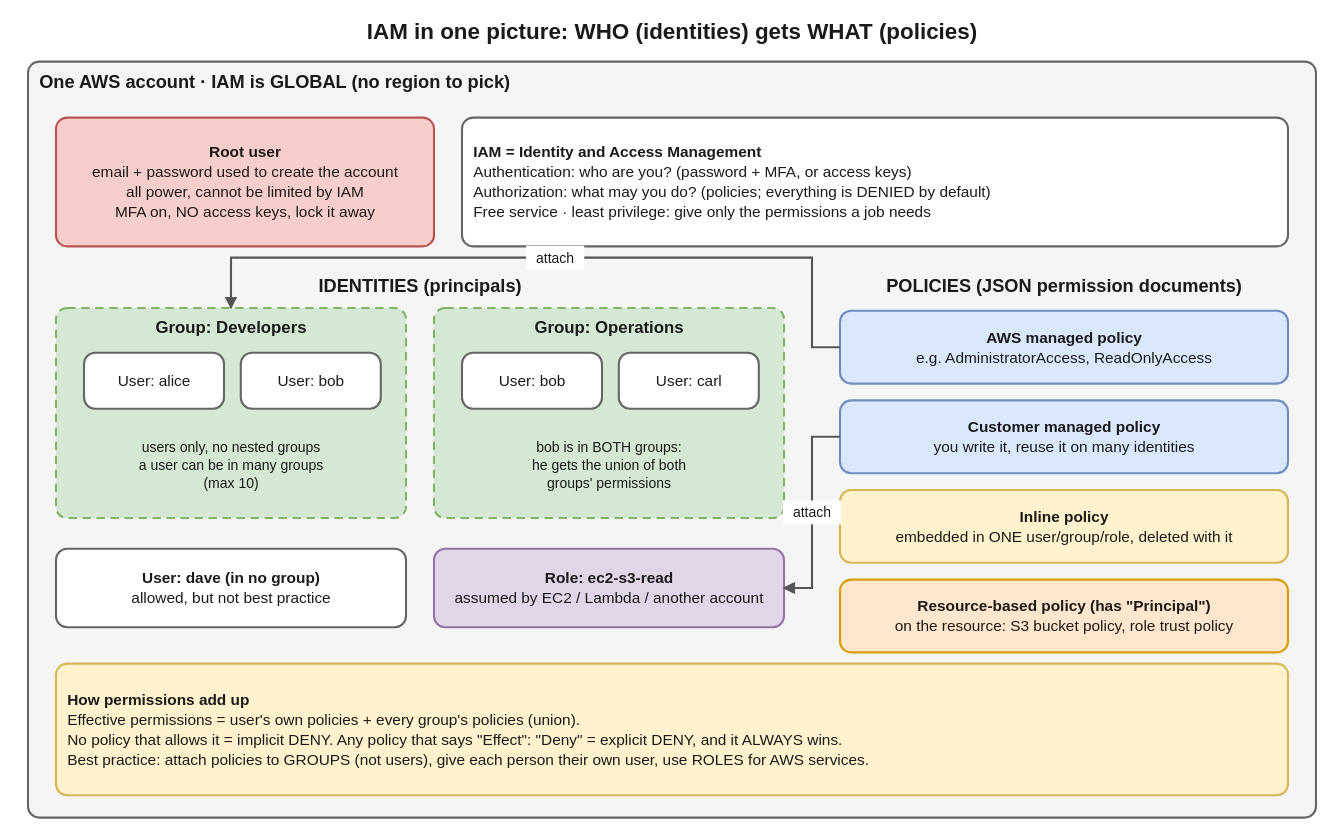
Before: interview-prep/aws/diagrams/iam-01-big-picture.drawio.svg, a diagram exported from draw.io (suraj9741/interview). Source tidied: cells renumbered, new cells last; positions are measured from the earlier drawing's top-left corner, leaving out a move shared by most shapes.
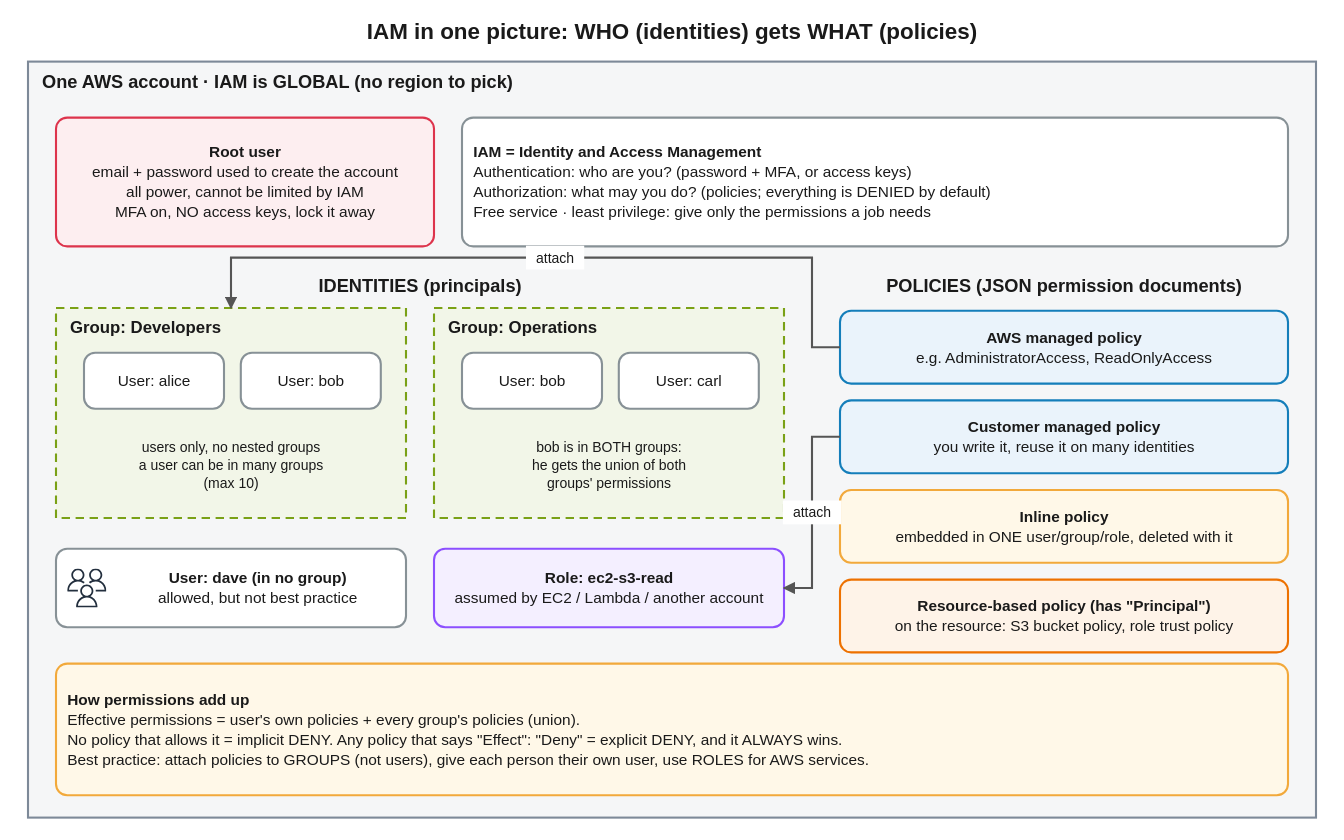
Above is the later version.

The edit, as a diff of the source:
```diff
@@ -5,64 +5,67 @@
     <mxCell id="2" value="IAM in one picture: WHO (identities) gets WHAT (policies)" style="text;strokeColor=none;fillColor=none;whiteSpace=wrap;html=1;fontSize=16;fontColor=#1a1a1a;fontFamily=Helvetica;align=center;verticalAlign=middle;fontStyle=1;" parent="1" vertex="1">
       <mxGeometry width="960" height="28" as="geometry" />
     </mxCell>
-    <mxCell id="3" value="One AWS account · IAM is GLOBAL (no region to pick)" style="rounded=1;absoluteArcSize=1;arcSize=16;fillColor=#f5f5f5;strokeColor=#666666;strokeWidth=1.5;whiteSpace=wrap;html=1;fontSize=13;fontColor=#1a1a1a;fontFamily=Helvetica;align=left;verticalAlign=top;fontStyle=1;spacingLeft=6;spacingTop=2;spacingBottom=2;" parent="1" vertex="1">
+    <mxCell id="3" value="One AWS account · IAM is GLOBAL (no region to pick)" style="rounded=0;fillColor=#F5F6F7;strokeColor=#7D8998;strokeWidth=1.5;whiteSpace=wrap;html=1;fontSize=13;fontColor=#1a1a1a;fontFamily=Helvetica;align=left;verticalAlign=top;fontStyle=1;spacingLeft=8;spacingTop=2;spacingBottom=2;" parent="1" vertex="1">
       <mxGeometry x="20" y="36" width="920" height="540" as="geometry" />
     </mxCell>
-    <mxCell id="4" value="&lt;b&gt;Root user&lt;/b&gt;&lt;br&gt;email + password used to create the account&lt;br&gt;all power, cannot be limited by IAM&lt;br&gt;MFA on, NO access keys, lock it away" style="rounded=1;absoluteArcSize=1;arcSize=16;fillColor=#f8cecc;strokeColor=#b85450;strokeWidth=1.5;whiteSpace=wrap;html=1;fontSize=11;fontColor=#1a1a1a;fontFamily=Helvetica;align=center;verticalAlign=middle;" parent="1" vertex="1">
+    <mxCell id="4" value="&lt;b&gt;Root user&lt;/b&gt;&lt;br&gt;email + password used to create the account&lt;br&gt;all power, cannot be limited by IAM&lt;br&gt;MFA on, NO access keys, lock it away" style="rounded=1;absoluteArcSize=1;arcSize=16;fillColor=#FDEEF0;strokeColor=#DD344C;strokeWidth=1.5;whiteSpace=wrap;html=1;fontSize=11;fontColor=#1a1a1a;fontFamily=Helvetica;align=center;verticalAlign=middle;" parent="1" vertex="1">
       <mxGeometry x="40" y="76" width="270" height="92" as="geometry" />
     </mxCell>
-    <mxCell id="5" value="&lt;b&gt;IAM = Identity and Access Management&lt;/b&gt;&lt;br&gt;Authentication: who are you? (password + MFA, or access keys)&lt;br&gt;Authorization: what may you do? (policies; everything is DENIED by default)&lt;br&gt;Free service · least privilege: give only the permissions a job needs" style="rounded=1;absoluteArcSize=1;arcSize=16;fillColor=#ffffff;strokeColor=#666666;strokeWidth=1.5;whiteSpace=wrap;html=1;fontSize=11;fontColor=#1a1a1a;fontFamily=Helvetica;align=left;verticalAlign=middle;spacingLeft=6;" parent="1" vertex="1">
+    <mxCell id="5" value="&lt;b&gt;IAM = Identity and Access Management&lt;/b&gt;&lt;br&gt;Authentication: who are you? (password + MFA, or access keys)&lt;br&gt;Authorization: what may you do? (policies; everything is DENIED by default)&lt;br&gt;Free service · least privilege: give only the permissions a job needs" style="rounded=1;absoluteArcSize=1;arcSize=16;fillColor=#FFFFFF;strokeColor=#879196;strokeWidth=1.5;whiteSpace=wrap;html=1;fontSize=11;fontColor=#1a1a1a;fontFamily=Helvetica;align=left;verticalAlign=middle;spacingLeft=6;" parent="1" vertex="1">
       <mxGeometry x="330" y="76" width="590" height="92" as="geometry" />
     </mxCell>
     <mxCell id="6" value="IDENTITIES (principals)" style="text;strokeColor=none;fillColor=none;whiteSpace=wrap;html=1;fontSize=13;fontColor=#1a1a1a;fontFamily=Helvetica;align=center;verticalAlign=middle;fontStyle=1;" parent="1" vertex="1">
       <mxGeometry x="40" y="184" width="520" height="24" as="geometry" />
     </mxCell>
-    <mxCell id="7" value="Group: Developers" style="rounded=1;absoluteArcSize=1;arcSize=16;fillColor=#d5e8d4;strokeColor=#82b366;strokeWidth=1.5;whiteSpace=wrap;html=1;fontSize=12;fontColor=#1a1a1a;fontFamily=Helvetica;align=center;verticalAlign=top;dashed=1;dashPattern=6 4;fontStyle=1;spacingTop=2;spacingBottom=2;" parent="1" vertex="1">
+    <mxCell id="7" value="Group: Developers" style="rounded=0;fillColor=#F2F6E8;strokeColor=#7AA116;strokeWidth=1.5;whiteSpace=wrap;html=1;fontSize=12;fontColor=#1a1a1a;fontFamily=Helvetica;align=left;verticalAlign=top;dashed=1;dashPattern=6 4;fontStyle=1;spacingLeft=8;spacingTop=2;spacingBottom=2;" parent="1" vertex="1">
       <mxGeometry x="40" y="212" width="250" height="150" as="geometry" />
     </mxCell>
-    <mxCell id="8" value="User: alice" style="rounded=1;absoluteArcSize=1;arcSize=16;fillColor=#ffffff;strokeColor=#666666;strokeWidth=1.5;whiteSpace=wrap;html=1;fontSize=11;fontColor=#1a1a1a;fontFamily=Helvetica;align=center;verticalAlign=middle;" parent="1" vertex="1">
+    <mxCell id="8" value="User: alice" style="rounded=1;absoluteArcSize=1;arcSize=16;fillColor=#FFFFFF;strokeColor=#879196;strokeWidth=1.5;whiteSpace=wrap;html=1;fontSize=11;fontColor=#1a1a1a;fontFamily=Helvetica;align=center;verticalAlign=middle;" parent="1" vertex="1">
       <mxGeometry x="60" y="244" width="100" height="40" as="geometry" />
     </mxCell>
-    <mxCell id="9" value="User: bob" style="rounded=1;absoluteArcSize=1;arcSize=16;fillColor=#ffffff;strokeColor=#666666;strokeWidth=1.5;whiteSpace=wrap;html=1;fontSize=11;fontColor=#1a1a1a;fontFamily=Helvetica;align=center;verticalAlign=middle;" parent="1" vertex="1">
+    <mxCell id="9" value="User: bob" style="rounded=1;absoluteArcSize=1;arcSize=16;fillColor=#FFFFFF;strokeColor=#879196;strokeWidth=1.5;whiteSpace=wrap;html=1;fontSize=11;fontColor=#1a1a1a;fontFamily=Helvetica;align=center;verticalAlign=middle;" parent="1" vertex="1">
       <mxGeometry x="172" y="244" width="100" height="40" as="geometry" />
     </mxCell>
     <mxCell id="10" value="users only, no nested groups&lt;br&gt;a user can be in many groups&lt;br&gt;(max 10)" style="text;strokeColor=none;fillColor=none;whiteSpace=wrap;html=1;fontSize=10;fontColor=#1a1a1a;fontFamily=Helvetica;align=center;verticalAlign=middle;" parent="1" vertex="1">
       <mxGeometry x="50" y="292" width="230" height="64" as="geometry" />
     </mxCell>
-    <mxCell id="11" value="Group: Operations" style="rounded=1;absoluteArcSize=1;arcSize=16;fillColor=#d5e8d4;strokeColor=#82b366;strokeWidth=1.5;whiteSpace=wrap;html=1;fontSize=12;fontColor=#1a1a1a;fontFamily=Helvetica;align=center;verticalAlign=top;dashed=1;dashPattern=6 4;fontStyle=1;spacingTop=2;spacingBottom=2;" parent="1" vertex="1">
+    <mxCell id="11" value="Group: Operations" style="rounded=0;fillColor=#F2F6E8;strokeColor=#7AA116;strokeWidth=1.5;whiteSpace=wrap;html=1;fontSize=12;fontColor=#1a1a1a;fontFamily=Helvetica;align=left;verticalAlign=top;dashed=1;dashPattern=6 4;fontStyle=1;spacingLeft=8;spacingTop=2;spacingBottom=2;" parent="1" vertex="1">
       <mxGeometry x="310" y="212" width="250" height="150" as="geometry" />
     </mxCell>
-    <mxCell id="12" value="User: bob" style="rounded=1;absoluteArcSize=1;arcSize=16;fillColor=#ffffff;strokeColor=#666666;strokeWidth=1.5;whiteSpace=wrap;html=1;fontSize=11;fontColor=#1a1a1a;fontFamily=Helvetica;align=center;verticalAlign=middle;" parent="1" vertex="1">
+    <mxCell id="12" value="User: bob" style="rounded=1;absoluteArcSize=1;arcSize=16;fillColor=#FFFFFF;strokeColor=#879196;strokeWidth=1.5;whiteSpace=wrap;html=1;fontSize=11;fontColor=#1a1a1a;fontFamily=Helvetica;align=center;verticalAlign=middle;" parent="1" vertex="1">
       <mxGeometry x="330" y="244" width="100" height="40" as="geometry" />
     </mxCell>
-    <mxCell id="13" value="User: carl" style="rounded=1;absoluteArcSize=1;arcSize=16;fillColor=#ffffff;strokeColor=#666666;strokeWidth=1.5;whiteSpace=wrap;html=1;fontSize=11;fontColor=#1a1a1a;fontFamily=Helvetica;align=center;verticalAlign=middle;" parent="1" vertex="1">
+    <mxCell id="13" value="User: carl" style="rounded=1;absoluteArcSize=1;arcSize=16;fillColor=#FFFFFF;strokeColor=#879196;strokeWidth=1.5;whiteSpace=wrap;html=1;fontSize=11;fontColor=#1a1a1a;fontFamily=Helvetica;align=center;verticalAlign=middle;" parent="1" vertex="1">
       <mxGeometry x="442" y="244" width="100" height="40" as="geometry" />
     </mxCell>
     <mxCell id="14" value="bob is in BOTH groups:&lt;br&gt;he gets the union of both&lt;br&gt;groups' permissions" style="text;strokeColor=none;fillColor=none;whiteSpace=wrap;html=1;fontSize=10;fontColor=#1a1a1a;fontFamily=Helvetica;align=center;verticalAlign=middle;" parent="1" vertex="1">
       <mxGeometry x="320" y="292" width="230" height="64" as="geometry" />
     </mxCell>
-    <mxCell id="15" value="&lt;b&gt;User: dave (in no group)&lt;/b&gt;&lt;br&gt;allowed, but not best practice" style="rounded=1;absoluteArcSize=1;arcSize=16;fillColor=#ffffff;strokeColor=#666666;strokeWidth=1.5;whiteSpace=wrap;html=1;fontSize=11;fontColor=#1a1a1a;fontFamily=Helvetica;align=center;verticalAlign=middle;" parent="1" vertex="1">
+    <mxCell id="15" value="&lt;b&gt;User: dave (in no group)&lt;/b&gt;&lt;br&gt;allowed, but not best practice" style="rounded=1;absoluteArcSize=1;arcSize=16;fillColor=#FFFFFF;strokeColor=#879196;strokeWidth=1.5;whiteSpace=wrap;html=1;fontSize=11;fontColor=#1a1a1a;fontFamily=Helvetica;align=center;verticalAlign=middle;spacingLeft=38;" parent="1" vertex="1">
       <mxGeometry x="40" y="384" width="250" height="56" as="geometry" />
     </mxCell>
+    <mxCell id="25" style="sketch=0;fontColor=#232F3E;gradientColor=none;dashed=0;verticalLabelPosition=bottom;verticalAlign=top;align=center;html=1;fontSize=12;fontStyle=0;fillColor=#232F3E;strokeColor=none;shape=mxgraph.aws4.users;" parent="1" vertex="1">
+      <mxGeometry x="48" y="398" width="28" height="28" as="geometry" />
+    </mxCell>
-    <mxCell id="16" value="&lt;b&gt;Role: ec2-s3-read&lt;/b&gt;&lt;br&gt;assumed by EC2 / Lambda / another account" style="rounded=1;absoluteArcSize=1;arcSize=16;fillColor=#e1d5e7;strokeColor=#9673a6;strokeWidth=1.5;whiteSpace=wrap;html=1;fontSize=11;fontColor=#1a1a1a;fontFamily=Helvetica;align=center;verticalAlign=middle;" parent="1" vertex="1">
+    <mxCell id="16" value="&lt;b&gt;Role: ec2-s3-read&lt;/b&gt;&lt;br&gt;assumed by EC2 / Lambda / another account" style="rounded=1;absoluteArcSize=1;arcSize=16;fillColor=#F4EFFF;strokeColor=#8C4FFF;strokeWidth=1.5;whiteSpace=wrap;html=1;fontSize=11;fontColor=#1a1a1a;fontFamily=Helvetica;align=center;verticalAlign=middle;" parent="1" vertex="1">
       <mxGeometry x="310" y="384" width="250" height="56" as="geometry" />
     </mxCell>
     <mxCell id="17" value="POLICIES (JSON permission documents)" style="text;strokeColor=none;fillColor=none;whiteSpace=wrap;html=1;fontSize=13;fontColor=#1a1a1a;fontFamily=Helvetica;align=center;verticalAlign=middle;fontStyle=1;" parent="1" vertex="1">
       <mxGeometry x="600" y="184" width="320" height="24" as="geometry" />
     </mxCell>
-    <mxCell id="18" value="&lt;b&gt;AWS managed policy&lt;/b&gt;&lt;br&gt;e.g. AdministratorAccess, ReadOnlyAccess" style="rounded=1;absoluteArcSize=1;arcSize=16;fillColor=#dae8fc;strokeColor=#6c8ebf;strokeWidth=1.5;whiteSpace=wrap;html=1;fontSize=11;fontColor=#1a1a1a;fontFamily=Helvetica;align=center;verticalAlign=middle;" parent="1" vertex="1">
+    <mxCell id="18" value="&lt;b&gt;AWS managed policy&lt;/b&gt;&lt;br&gt;e.g. AdministratorAccess, ReadOnlyAccess" style="rounded=1;absoluteArcSize=1;arcSize=16;fillColor=#EAF3FB;strokeColor=#147EBA;strokeWidth=1.5;whiteSpace=wrap;html=1;fontSize=11;fontColor=#1a1a1a;fontFamily=Helvetica;align=center;verticalAlign=middle;" parent="1" vertex="1">
       <mxGeometry x="600" y="214" width="320" height="52" as="geometry" />
     </mxCell>
-    <mxCell id="19" value="&lt;b&gt;Customer managed policy&lt;/b&gt;&lt;br&gt;you write it, reuse it on many identities" style="rounded=1;absoluteArcSize=1;arcSize=16;fillColor=#dae8fc;strokeColor=#6c8ebf;strokeWidth=1.5;whiteSpace=wrap;html=1;fontSize=11;fontColor=#1a1a1a;fontFamily=Helvetica;align=center;verticalAlign=middle;" parent="1" vertex="1">
+    <mxCell id="19" value="&lt;b&gt;Customer managed policy&lt;/b&gt;&lt;br&gt;you write it, reuse it on many identities" style="rounded=1;absoluteArcSize=1;arcSize=16;fillColor=#EAF3FB;strokeColor=#147EBA;strokeWidth=1.5;whiteSpace=wrap;html=1;fontSize=11;fontColor=#1a1a1a;fontFamily=Helvetica;align=center;verticalAlign=middle;" parent="1" vertex="1">
       <mxGeometry x="600" y="278" width="320" height="52" as="geometry" />
     </mxCell>
-    <mxCell id="20" value="&lt;b&gt;Inline policy&lt;/b&gt;&lt;br&gt;embedded in ONE user/group/role, deleted with it" style="rounded=1;absoluteArcSize=1;arcSize=16;fillColor=#fff2cc;strokeColor=#d6b656;strokeWidth=1.5;whiteSpace=wrap;html=1;fontSize=11;fontColor=#1a1a1a;fontFamily=Helvetica;align=center;verticalAlign=middle;" parent="1" vertex="1">
+    <mxCell id="20" value="&lt;b&gt;Inline policy&lt;/b&gt;&lt;br&gt;embedded in ONE user/group/role, deleted with it" style="rounded=1;absoluteArcSize=1;arcSize=16;fillColor=#FFF8E8;strokeColor=#F2A93B;strokeWidth=1.5;whiteSpace=wrap;html=1;fontSize=11;fontColor=#1a1a1a;fontFamily=Helvetica;align=center;verticalAlign=middle;" parent="1" vertex="1">
       <mxGeometry x="600" y="342" width="320" height="52" as="geometry" />
     </mxCell>
-    <mxCell id="21" value="&lt;b&gt;Resource-based policy (has &quot;Principal&quot;)&lt;/b&gt;&lt;br&gt;on the resource: S3 bucket policy, role trust policy" style="rounded=1;absoluteArcSize=1;arcSize=16;fillColor=#ffe6cc;strokeColor=#d79b00;strokeWidth=1.5;whiteSpace=wrap;html=1;fontSize=11;fontColor=#1a1a1a;fontFamily=Helvetica;align=center;verticalAlign=middle;" parent="1" vertex="1">
+    <mxCell id="21" value="&lt;b&gt;Resource-based policy (has &quot;Principal&quot;)&lt;/b&gt;&lt;br&gt;on the resource: S3 bucket policy, role trust policy" style="rounded=1;absoluteArcSize=1;arcSize=16;fillColor=#FEF3E8;strokeColor=#ED7100;strokeWidth=1.5;whiteSpace=wrap;html=1;fontSize=11;fontColor=#1a1a1a;fontFamily=Helvetica;align=center;verticalAlign=middle;" parent="1" vertex="1">
       <mxGeometry x="600" y="406" width="320" height="52" as="geometry" />
     </mxCell>
-    <mxCell id="22" value="&lt;b&gt;How permissions add up&lt;/b&gt;&lt;br&gt;Effective permissions = user's own policies + every group's policies (union).&lt;br&gt;No policy that allows it = implicit DENY.   Any policy that says &quot;Effect&quot;: &quot;Deny&quot; = explicit DENY, and it ALWAYS wins.&lt;br&gt;Best practice: attach policies to GROUPS (not users), give each person their own user, use ROLES for AWS services." style="rounded=1;absoluteArcSize=1;arcSize=16;fillColor=#fff2cc;strokeColor=#d6b656;strokeWidth=1.5;whiteSpace=wrap;html=1;fontSize=11;fontColor=#1a1a1a;fontFamily=Helvetica;align=left;verticalAlign=middle;spacingLeft=6;" parent="1" vertex="1">
+    <mxCell id="22" value="&lt;b&gt;How permissions add up&lt;/b&gt;&lt;br&gt;Effective permissions = user's own policies + every group's policies (union).&lt;br&gt;No policy that allows it = implicit DENY.   Any policy that says &quot;Effect&quot;: &quot;Deny&quot; = explicit DENY, and it ALWAYS wins.&lt;br&gt;Best practice: attach policies to GROUPS (not users), give each person their own user, use ROLES for AWS services." style="rounded=1;absoluteArcSize=1;arcSize=16;fillColor=#FFF8E8;strokeColor=#F2A93B;strokeWidth=1.5;whiteSpace=wrap;html=1;fontSize=11;fontColor=#1a1a1a;fontFamily=Helvetica;align=left;verticalAlign=middle;spacingLeft=6;" parent="1" vertex="1">
       <mxGeometry x="40" y="466" width="880" height="94" as="geometry" />
     </mxCell>
     <mxCell id="23" value="attach" style="html=1;rounded=0;endArrow=classic;endFill=1;strokeColor=#555555;strokeWidth=1.5;fontSize=10;fontColor=#1a1a1a;labelBackgroundColor=#ffffff;startArrow=none;" parent="1" edge="1" source="18" target="7">
```
